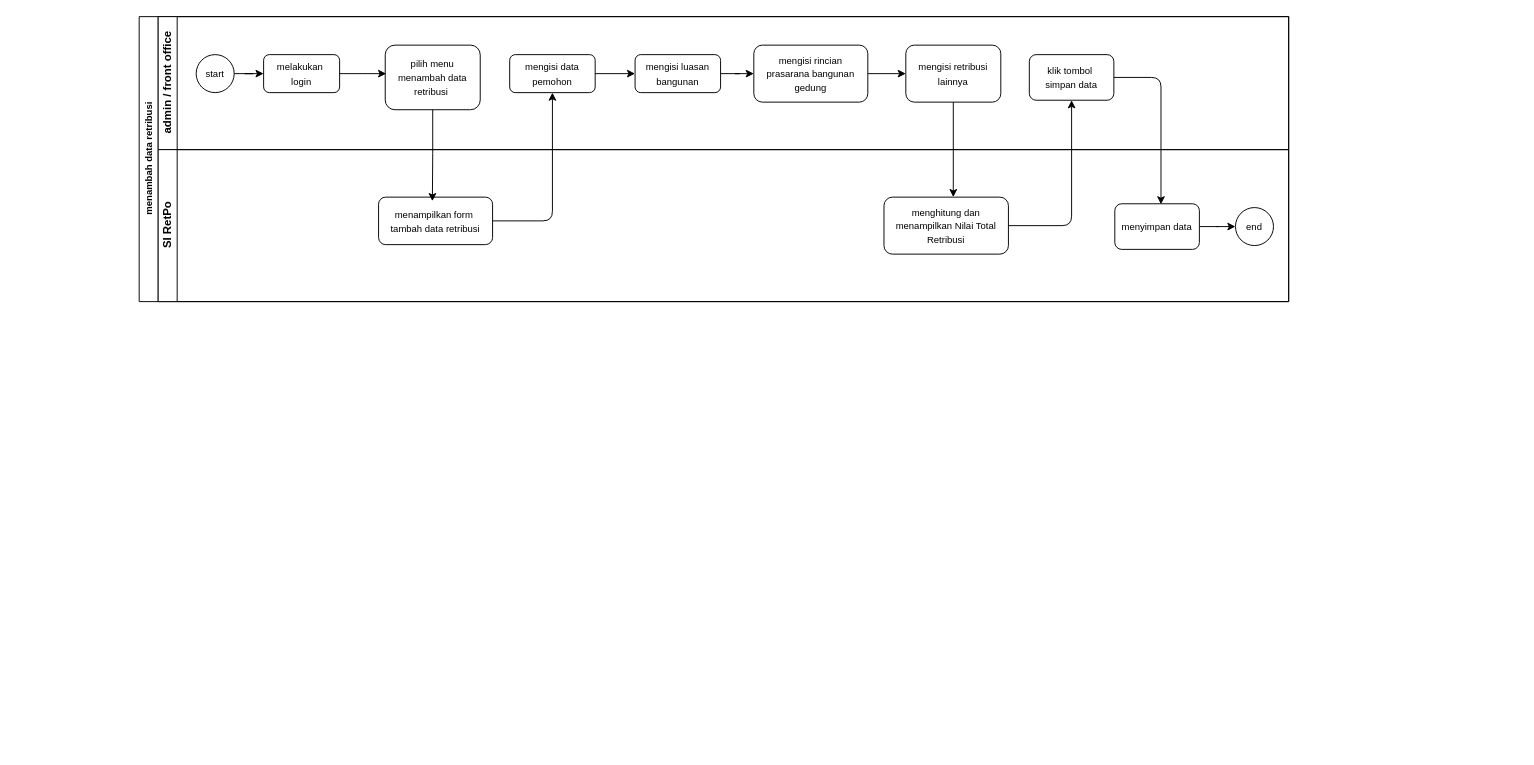
Before: page "bpmn-revisi" (3 of 3) of SI-retribusi.drawio in eenattayani/desain, a draw.io diagram. Source tidied: cells renumbered, new cells numbered last; positions are measured from the earlier drawing's top-left corner, leaving out a move shared by most shapes. Both pictures are drawn from the tidied source at 95%, with x=0, y=0 at pixel (139, 16).
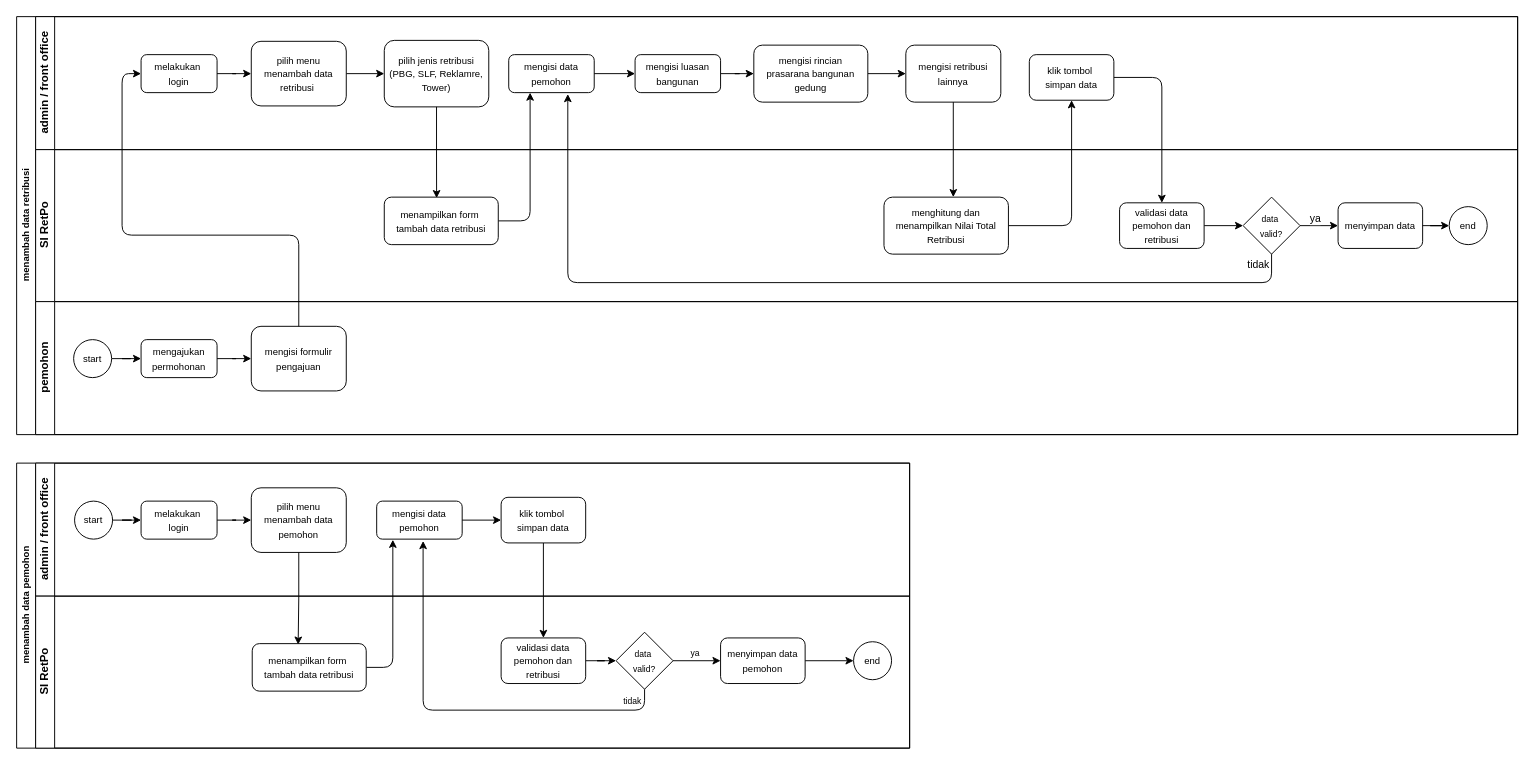
The same diagram, later.

Unchanged cells that the change refers to:
```xml
<mxCell id="6" value="&lt;font style=&quot;font-size: 10px;&quot;&gt;melakukan&amp;nbsp;&lt;/font&gt;&lt;div&gt;&lt;font style=&quot;font-size: 10px;&quot;&gt;login&lt;/font&gt;&lt;/div&gt;" style="rounded=1;whiteSpace=wrap;html=1;fontFamily=Helvetica;fontSize=12;fontColor=#000000;align=center;" parent="3" vertex="1">
  <mxGeometry x="111" y="40" width="80" height="40" as="geometry" />
</mxCell>
<mxCell id="19" value="&lt;span style=&quot;font-size: 10px;&quot;&gt;klik tombol&amp;nbsp;&lt;/span&gt;&lt;div&gt;&lt;span style=&quot;font-size: 10px;&quot;&gt;simpan data&lt;/span&gt;&lt;/div&gt;" style="whiteSpace=wrap;html=1;fontColor=#000000;rounded=1;" parent="1" vertex="1">
  <mxGeometry x="937" y="40" width="89" height="48" as="geometry" />
</mxCell>
```

Diff of the diagram source:
```diff
@@
     <mxCell id="2" value="menambah data retribusi" style="swimlane;html=1;horizontal=0;startSize=20;fontSize=10;" parent="1" vertex="1">
-      <mxGeometry width="1210" height="300" as="geometry" />
+      <mxGeometry x="-129" width="1580" height="440" as="geometry" />
     </mxCell>
     <mxCell id="3" value="admin / front office" style="swimlane;html=1;startSize=20;horizontal=0;" parent="2" vertex="1">
-      <mxGeometry x="20" width="1190" height="140" as="geometry" />
+      <mxGeometry x="20" width="1560" height="140" as="geometry" />
     </mxCell>
-    <mxCell id="4" style="edgeStyle=orthogonalEdgeStyle;rounded=0;jettySize=auto;html=1;" parent="3" edge="1" source="5" target="6">
-      <mxGeometry relative="1" as="geometry" />
-    </mxCell>
-    <mxCell id="5" value="start" style="ellipse;whiteSpace=wrap;html=1;fontSize=10;" parent="3" vertex="1">
-      <mxGeometry x="40" y="40" width="40" height="40" as="geometry" />
-    </mxCell>
@@
+    <mxCell id="28" style="edgeStyle=orthogonalEdgeStyle;rounded=0;jettySize=auto;html=1;entryX=0;entryY=0.5;entryDx=0;entryDy=0;" parent="3" edge="1" source="7" target="29">
+      <mxGeometry relative="1" as="geometry" />
+    </mxCell>
     <mxCell id="7" value="&lt;span style=&quot;font-size: 10px;&quot;&gt;pilih menu menambah data retribusi&amp;nbsp;&lt;/span&gt;" style="rounded=1;whiteSpace=wrap;html=1;fontFamily=Helvetica;fontSize=12;fontColor=#000000;align=center;" parent="3" vertex="1">
-      <mxGeometry x="239" y="30" width="100" height="68" as="geometry" />
+      <mxGeometry x="227" y="26" width="100" height="68" as="geometry" />
     </mxCell>
-    <mxCell id="8" style="edgeStyle=orthogonalEdgeStyle;rounded=0;jettySize=auto;html=1;" parent="3" edge="1" source="6">
-      <mxGeometry relative="1" as="geometry">
-        <mxPoint x="240" y="60" as="targetPoint" />
-      </mxGeometry>
+    <mxCell id="8" style="edgeStyle=orthogonalEdgeStyle;rounded=0;jettySize=auto;html=1;entryX=0;entryY=0.5;entryDx=0;entryDy=0;" parent="3" edge="1" source="6" target="7">
+      <mxGeometry relative="1" as="geometry" />
     </mxCell>
     <mxCell id="9" value="&lt;font style=&quot;font-size: 10px;&quot;&gt;mengisi data pemohon&lt;/font&gt;" style="rounded=1;whiteSpace=wrap;html=1;fontColor=#000000;" parent="3" vertex="1">
-      <mxGeometry x="370" y="40" width="90" height="40" as="geometry" />
+      <mxGeometry x="498" y="40" width="90" height="40" as="geometry" />
     </mxCell>
+    <mxCell id="29" value="&lt;font style=&quot;font-size: 10px;&quot;&gt;pilih jenis retribusi&lt;/font&gt;&lt;div&gt;&lt;font style=&quot;font-size: 10px;&quot;&gt;(PBG, SLF, Reklamre, Tower)&lt;/font&gt;&lt;/div&gt;" style="rounded=1;whiteSpace=wrap;html=1;fontColor=#000000;" parent="3" vertex="1">
+      <mxGeometry x="367" y="25" width="110" height="70" as="geometry" />
+    </mxCell>
+    <mxCell id="30" style="edgeStyle=orthogonalEdgeStyle;rounded=0;jettySize=auto;html=1;entryX=0.459;entryY=0.021;entryDx=0;entryDy=0;entryPerimeter=0;" parent="2" edge="1" source="29" target="11">
+      <mxGeometry relative="1" as="geometry" />
+    </mxCell>
+    <mxCell id="13" style="edgeStyle=orthogonalEdgeStyle;rounded=1;jettySize=auto;html=1;entryX=0.25;entryY=1;entryDx=0;entryDy=0;curved=0;" parent="2" edge="1" source="11" target="9">
+      <mxGeometry relative="1" as="geometry" />
+    </mxCell>
     <mxCell id="10" value="SI RetPo" style="swimlane;html=1;startSize=20;horizontal=0;" parent="2" vertex="1">
-      <mxGeometry x="20" y="140" width="1190" height="160" as="geometry" />
+      <mxGeometry x="20" y="140" width="1560" height="160" as="geometry" />
     </mxCell>
     <mxCell id="11" value="&lt;font style=&quot;font-size: 10px;&quot;&gt;menampilkan&amp;nbsp;&lt;/font&gt;&lt;span style=&quot;font-size: 10px; background-color: initial;&quot;&gt;form&amp;nbsp;&lt;/span&gt;&lt;div&gt;&lt;font style=&quot;font-size: 10px;&quot;&gt;tambah data retribusi&lt;/font&gt;&lt;/div&gt;" style="rounded=1;whiteSpace=wrap;html=1;fontFamily=Helvetica;fontSize=12;fontColor=#000000;align=center;" parent="10" vertex="1">
-      <mxGeometry x="232" y="50" width="120" height="50" as="geometry" />
+      <mxGeometry x="367" y="50" width="120" height="50" as="geometry" />
     </mxCell>
-    <mxCell id="12" style="edgeStyle=orthogonalEdgeStyle;rounded=0;jettySize=auto;html=1;entryX=0.472;entryY=0.085;entryDx=0;entryDy=0;entryPerimeter=0;" parent="2" edge="1" source="7" target="11">
-      <mxGeometry relative="1" as="geometry" />
-    </mxCell>
-    <mxCell id="13" style="edgeStyle=orthogonalEdgeStyle;rounded=1;jettySize=auto;html=1;curved=0;exitX=1;exitY=0.5;exitDx=0;exitDy=0;entryX=0.5;entryY=1;entryDx=0;entryDy=0;" parent="2" edge="1" source="11" target="9">
-      <mxGeometry relative="1" as="geometry">
-        <Array as="points">
-          <mxPoint x="435" y="215" />
-        </Array>
-      </mxGeometry>
-    </mxCell>
+    <mxCell id="26" value="&lt;span style=&quot;font-size: 10px;&quot;&gt;menyimpan data&lt;/span&gt;" style="whiteSpace=wrap;html=1;fontColor=#000000;rounded=1;" parent="10" vertex="1">
+      <mxGeometry x="1371" y="56" width="89" height="48" as="geometry" />
+    </mxCell>
+    <mxCell id="23" value="end" style="ellipse;whiteSpace=wrap;html=1;fontSize=10;" parent="10" vertex="1">
+      <mxGeometry x="1488" y="60" width="40" height="40" as="geometry" />
+    </mxCell>
+    <mxCell id="25" style="edgeStyle=orthogonalEdgeStyle;rounded=0;jettySize=auto;html=1;entryX=0;entryY=0.5;entryDx=0;entryDy=0;" parent="10" edge="1" source="26" target="23">
+      <mxGeometry relative="1" as="geometry" />
+    </mxCell>
+    <mxCell id="31" style="edgeStyle=orthogonalEdgeStyle;rounded=0;jettySize=auto;html=1;entryX=0;entryY=0.5;entryDx=0;entryDy=0;" parent="10" edge="1" source="32" target="35">
+      <mxGeometry relative="1" as="geometry" />
+    </mxCell>
+    <mxCell id="32" value="&lt;span style=&quot;font-size: 10px;&quot;&gt;validasi data pemohon dan retribusi&lt;/span&gt;" style="whiteSpace=wrap;html=1;fontColor=#000000;rounded=1;" parent="10" vertex="1">
+      <mxGeometry x="1141" y="56" width="89" height="48" as="geometry" />
+    </mxCell>
+    <mxCell id="33" style="edgeStyle=orthogonalEdgeStyle;rounded=0;jettySize=auto;html=1;" parent="10" edge="1" source="35" target="26">
+      <mxGeometry relative="1" as="geometry" />
+    </mxCell>
+    <mxCell id="34" value="ya" style="edgeLabel;html=1;align=center;verticalAlign=middle;" parent="33" vertex="1">
+      <mxGeometry x="-0.23" y="2" relative="1" as="geometry">
+        <mxPoint y="-6" as="offset" />
+      </mxGeometry>
+    </mxCell>
+    <mxCell id="35" value="&lt;font style=&quot;font-size: 9px;&quot;&gt;data&amp;nbsp;&lt;/font&gt;&lt;div&gt;&lt;font style=&quot;font-size: 9px;&quot;&gt;valid?&lt;/font&gt;&lt;/div&gt;" style="rhombus;whiteSpace=wrap;html=1;fontColor=#000000;rounded=0;" parent="10" vertex="1">
+      <mxGeometry x="1271" y="50" width="60" height="60" as="geometry" />
+    </mxCell>
+    <mxCell id="36" style="edgeStyle=orthogonalEdgeStyle;rounded=1;jettySize=auto;html=1;entryX=0.691;entryY=1.038;entryDx=0;entryDy=0;entryPerimeter=0;curved=0;" parent="2" edge="1" source="35" target="9">
+      <mxGeometry relative="1" as="geometry">
+        <Array as="points">
+          <mxPoint x="1321" y="280" />
+          <mxPoint x="580" y="280" />
+        </Array>
+      </mxGeometry>
+    </mxCell>
+    <mxCell id="37" value="tidak" style="edgeLabel;html=1;align=center;verticalAlign=middle;" parent="36" vertex="1">
+      <mxGeometry x="-0.84" y="2" relative="1" as="geometry">
+        <mxPoint x="33" y="-22" as="offset" />
+      </mxGeometry>
+    </mxCell>
+    <mxCell id="38" value="pemohon" style="swimlane;html=1;startSize=20;horizontal=0;" parent="2" vertex="1">
+      <mxGeometry x="20" y="300" width="1560" height="140" as="geometry" />
+    </mxCell>
+    <mxCell id="39" style="edgeStyle=orthogonalEdgeStyle;rounded=0;jettySize=auto;html=1;" parent="38" edge="1" source="5" target="40">
+      <mxGeometry relative="1" as="geometry" />
+    </mxCell>
+    <mxCell id="5" value="start" style="ellipse;whiteSpace=wrap;html=1;fontSize=10;" parent="38" vertex="1">
+      <mxGeometry x="40" y="40" width="40" height="40" as="geometry" />
+    </mxCell>
+    <mxCell id="40" value="&lt;span style=&quot;font-size: 10px;&quot;&gt;mengajukan permohonan&lt;/span&gt;" style="rounded=1;whiteSpace=wrap;html=1;fontFamily=Helvetica;fontSize=12;fontColor=#000000;align=center;" parent="38" vertex="1">
+      <mxGeometry x="111" y="40" width="80" height="40" as="geometry" />
+    </mxCell>
+    <mxCell id="41" value="&lt;span style=&quot;font-size: 10px;&quot;&gt;mengisi formulir pengajuan&lt;/span&gt;" style="rounded=1;whiteSpace=wrap;html=1;fontFamily=Helvetica;fontSize=12;fontColor=#000000;align=center;" parent="38" vertex="1">
+      <mxGeometry x="227" y="26" width="100" height="68" as="geometry" />
+    </mxCell>
+    <mxCell id="42" style="edgeStyle=orthogonalEdgeStyle;rounded=0;jettySize=auto;html=1;entryX=0;entryY=0.5;entryDx=0;entryDy=0;" parent="38" edge="1" source="40" target="41">
+      <mxGeometry relative="1" as="geometry" />
+    </mxCell>
+    <mxCell id="43" style="edgeStyle=orthogonalEdgeStyle;rounded=1;jettySize=auto;html=1;entryX=0;entryY=0.5;entryDx=0;entryDy=0;curved=0;" parent="2" edge="1" source="41" target="6">
+      <mxGeometry relative="1" as="geometry">
+        <Array as="points">
+          <mxPoint x="297" y="230" />
+          <mxPoint x="111" y="230" />
+          <mxPoint x="111" y="60" />
+        </Array>
+      </mxGeometry>
+    </mxCell>
@@
+    <mxCell id="44" style="edgeStyle=orthogonalEdgeStyle;rounded=1;jettySize=auto;html=1;curved=0;" parent="1" edge="1" source="19" target="32">
+      <mxGeometry relative="1" as="geometry" />
+    </mxCell>
@@
-    <mxCell id="22" style="edgeStyle=orthogonalEdgeStyle;rounded=1;jettySize=auto;html=1;entryX=0.546;entryY=0.012;entryDx=0;entryDy=0;entryPerimeter=0;curved=0;" parent="1" edge="1" source="19" target="26">
-      <mxGeometry relative="1" as="geometry" />
-    </mxCell>
-    <mxCell id="23" value="end" style="ellipse;whiteSpace=wrap;html=1;fontSize=10;" parent="1" vertex="1">
-      <mxGeometry x="1154" y="201" width="40" height="40" as="geometry" />
-    </mxCell>
@@
-    <mxCell id="25" style="edgeStyle=orthogonalEdgeStyle;rounded=0;jettySize=auto;html=1;entryX=0;entryY=0.5;entryDx=0;entryDy=0;" parent="1" edge="1" source="26" target="23">
-      <mxGeometry relative="1" as="geometry" />
-    </mxCell>
-    <mxCell id="26" value="&lt;span style=&quot;font-size: 10px;&quot;&gt;menyimpan data&lt;/span&gt;" style="whiteSpace=wrap;html=1;fontColor=#000000;rounded=1;" parent="1" vertex="1">
-      <mxGeometry x="1027" y="197" width="89" height="48" as="geometry" />
-    </mxCell>
@@
+    <mxCell id="45" value="menambah data pemohon" style="swimlane;html=1;horizontal=0;startSize=20;fontSize=10;" parent="1" vertex="1">
+      <mxGeometry x="-129" y="470" width="940" height="300" as="geometry" />
+    </mxCell>
+    <mxCell id="46" value="admin / front office" style="swimlane;html=1;startSize=20;horizontal=0;" parent="45" vertex="1">
+      <mxGeometry x="20" width="920" height="140" as="geometry" />
+    </mxCell>
+    <mxCell id="47" value="&lt;font style=&quot;font-size: 10px;&quot;&gt;melakukan&amp;nbsp;&lt;/font&gt;&lt;div&gt;&lt;font style=&quot;font-size: 10px;&quot;&gt;login&lt;/font&gt;&lt;/div&gt;" style="rounded=1;whiteSpace=wrap;html=1;fontFamily=Helvetica;fontSize=12;fontColor=#000000;align=center;" parent="46" vertex="1">
+      <mxGeometry x="111" y="40" width="80" height="40" as="geometry" />
+    </mxCell>
+    <mxCell id="48" value="&lt;span style=&quot;font-size: 10px;&quot;&gt;pilih menu menambah data pemohon&lt;/span&gt;" style="rounded=1;whiteSpace=wrap;html=1;fontFamily=Helvetica;fontSize=12;fontColor=#000000;align=center;" parent="46" vertex="1">
+      <mxGeometry x="227" y="26" width="100" height="68" as="geometry" />
+    </mxCell>
+    <mxCell id="49" style="edgeStyle=orthogonalEdgeStyle;rounded=0;jettySize=auto;html=1;entryX=0;entryY=0.5;entryDx=0;entryDy=0;" parent="46" edge="1" source="47" target="48">
+      <mxGeometry relative="1" as="geometry" />
+    </mxCell>
+    <mxCell id="50" value="&lt;font style=&quot;font-size: 10px;&quot;&gt;mengisi data pemohon&lt;/font&gt;" style="rounded=1;whiteSpace=wrap;html=1;fontColor=#000000;" parent="46" vertex="1">
+      <mxGeometry x="359" y="40" width="90" height="40" as="geometry" />
+    </mxCell>
+    <mxCell id="51" style="edgeStyle=orthogonalEdgeStyle;rounded=0;jettySize=auto;html=1;entryX=0;entryY=0.5;entryDx=0;entryDy=0;" parent="46" edge="1" source="52" target="47">
+      <mxGeometry relative="1" as="geometry" />
+    </mxCell>
+    <mxCell id="52" value="start" style="ellipse;whiteSpace=wrap;html=1;fontSize=10;" parent="46" vertex="1">
+      <mxGeometry x="41" y="40" width="40" height="40" as="geometry" />
+    </mxCell>
+    <mxCell id="53" style="edgeStyle=orthogonalEdgeStyle;rounded=0;jettySize=auto;html=1;entryX=0.403;entryY=0.021;entryDx=0;entryDy=0;entryPerimeter=0;" parent="45" edge="1" source="48" target="57">
+      <mxGeometry relative="1" as="geometry" />
+    </mxCell>
+    <mxCell id="54" style="edgeStyle=orthogonalEdgeStyle;rounded=1;jettySize=auto;html=1;entryX=0.189;entryY=1.017;entryDx=0;entryDy=0;entryPerimeter=0;curved=0;" parent="45" edge="1" source="57" target="50">
+      <mxGeometry relative="1" as="geometry" />
+    </mxCell>
+    <mxCell id="55" style="edgeStyle=orthogonalEdgeStyle;rounded=0;jettySize=auto;html=1;entryX=0;entryY=0.5;entryDx=0;entryDy=0;" parent="45" edge="1" source="50" target="65">
+      <mxGeometry relative="1" as="geometry" />
+    </mxCell>
+    <mxCell id="56" value="SI RetPo" style="swimlane;html=1;startSize=20;horizontal=0;" parent="45" vertex="1">
+      <mxGeometry x="20" y="140" width="920" height="160" as="geometry" />
+    </mxCell>
+    <mxCell id="57" value="&lt;font style=&quot;font-size: 10px;&quot;&gt;menampilkan&amp;nbsp;&lt;/font&gt;&lt;span style=&quot;font-size: 10px; background-color: initial;&quot;&gt;form&amp;nbsp;&lt;/span&gt;&lt;div&gt;&lt;font style=&quot;font-size: 10px;&quot;&gt;tambah data retribusi&lt;/font&gt;&lt;/div&gt;" style="rounded=1;whiteSpace=wrap;html=1;fontFamily=Helvetica;fontSize=12;fontColor=#000000;align=center;" parent="56" vertex="1">
+      <mxGeometry x="228" y="50" width="120" height="50" as="geometry" />
+    </mxCell>
+    <mxCell id="58" value="end" style="ellipse;whiteSpace=wrap;html=1;fontSize=10;" parent="56" vertex="1">
+      <mxGeometry x="861" y="48" width="40" height="40" as="geometry" />
+    </mxCell>
+    <mxCell id="59" style="edgeStyle=orthogonalEdgeStyle;rounded=0;jettySize=auto;html=1;" parent="56" edge="1" source="60" target="63">
+      <mxGeometry relative="1" as="geometry" />
+    </mxCell>
+    <mxCell id="60" value="&lt;span style=&quot;font-size: 10px;&quot;&gt;validasi data pemohon dan retribusi&lt;/span&gt;" style="whiteSpace=wrap;html=1;fontColor=#000000;rounded=1;" parent="56" vertex="1">
+      <mxGeometry x="490" y="44" width="89" height="48" as="geometry" />
+    </mxCell>
+    <mxCell id="61" style="edgeStyle=orthogonalEdgeStyle;rounded=0;jettySize=auto;html=1;entryX=0;entryY=0.5;entryDx=0;entryDy=0;" parent="56" edge="1" source="63" target="67">
+      <mxGeometry relative="1" as="geometry" />
+    </mxCell>
+    <mxCell id="62" value="&lt;font style=&quot;font-size: 9px;&quot;&gt;ya&lt;/font&gt;" style="edgeLabel;html=1;align=center;verticalAlign=middle;" parent="61" vertex="1">
+      <mxGeometry x="-0.12" y="1" relative="1" as="geometry">
+        <mxPoint y="-8" as="offset" />
+      </mxGeometry>
+    </mxCell>
+    <mxCell id="63" value="&lt;font style=&quot;font-size: 9px;&quot;&gt;data&amp;nbsp;&lt;/font&gt;&lt;div&gt;&lt;font style=&quot;font-size: 9px;&quot;&gt;valid?&lt;/font&gt;&lt;/div&gt;" style="rhombus;whiteSpace=wrap;html=1;fontColor=#000000;rounded=0;" parent="56" vertex="1">
+      <mxGeometry x="611" y="38" width="60" height="60" as="geometry" />
+    </mxCell>
+    <mxCell id="64" style="edgeStyle=orthogonalEdgeStyle;rounded=0;jettySize=auto;html=1;entryX=0.5;entryY=0;entryDx=0;entryDy=0;" parent="56" edge="1" source="65" target="60">
+      <mxGeometry relative="1" as="geometry" />
+    </mxCell>
+    <mxCell id="65" value="&lt;span style=&quot;font-size: 10px;&quot;&gt;klik tombol&amp;nbsp;&lt;/span&gt;&lt;div&gt;&lt;span style=&quot;font-size: 10px;&quot;&gt;simpan data&lt;/span&gt;&lt;/div&gt;" style="whiteSpace=wrap;html=1;fontColor=#000000;rounded=1;" parent="56" vertex="1">
+      <mxGeometry x="490" y="-104" width="89" height="48" as="geometry" />
+    </mxCell>
+    <mxCell id="66" style="edgeStyle=orthogonalEdgeStyle;rounded=0;jettySize=auto;html=1;entryX=0;entryY=0.5;entryDx=0;entryDy=0;" parent="56" edge="1" source="67" target="58">
+      <mxGeometry relative="1" as="geometry" />
+    </mxCell>
+    <mxCell id="67" value="&lt;span style=&quot;font-size: 10px;&quot;&gt;menyimpan data&lt;/span&gt;&lt;div&gt;&lt;span style=&quot;font-size: 10px;&quot;&gt;pemohon&lt;/span&gt;&lt;/div&gt;" style="whiteSpace=wrap;html=1;fontColor=#000000;rounded=1;" parent="56" vertex="1">
+      <mxGeometry x="721" y="44" width="89" height="48" as="geometry" />
+    </mxCell>
+    <mxCell id="68" style="edgeStyle=orthogonalEdgeStyle;rounded=1;jettySize=auto;html=1;entryX=0.543;entryY=1.05;entryDx=0;entryDy=0;entryPerimeter=0;curved=0;" parent="45" edge="1" source="63" target="50">
+      <mxGeometry relative="1" as="geometry">
+        <Array as="points">
+          <mxPoint x="661" y="260" />
+          <mxPoint x="428" y="260" />
+        </Array>
+      </mxGeometry>
+    </mxCell>
+    <mxCell id="69" value="&lt;font style=&quot;font-size: 9px;&quot;&gt;tidak&lt;/font&gt;" style="edgeLabel;html=1;align=center;verticalAlign=middle;" parent="1" vertex="1">
+      <mxGeometry x="594.2" y="679" as="geometry">
+        <mxPoint x="-76" y="40" as="offset" />
+      </mxGeometry>
+    </mxCell>
```
